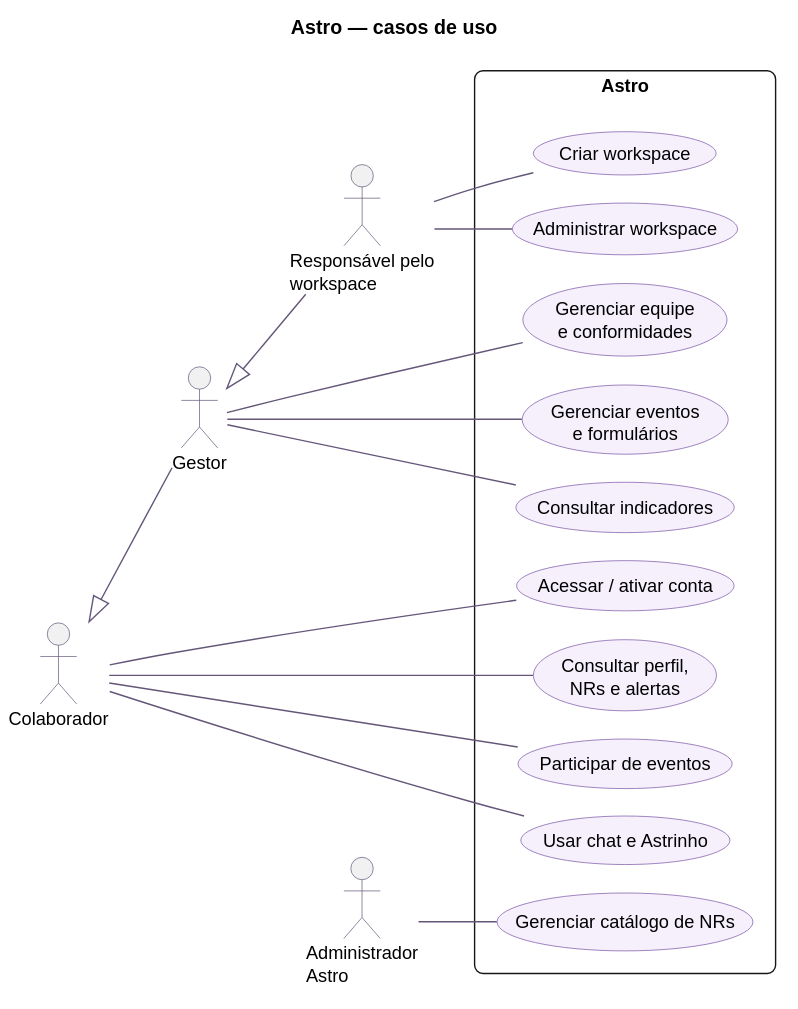
Astro-Inter/astro-eqs-diagrams keeps this PlantUML diagram as diagrams/rendered/casos_de_uso.svg. Above is the earlier version.
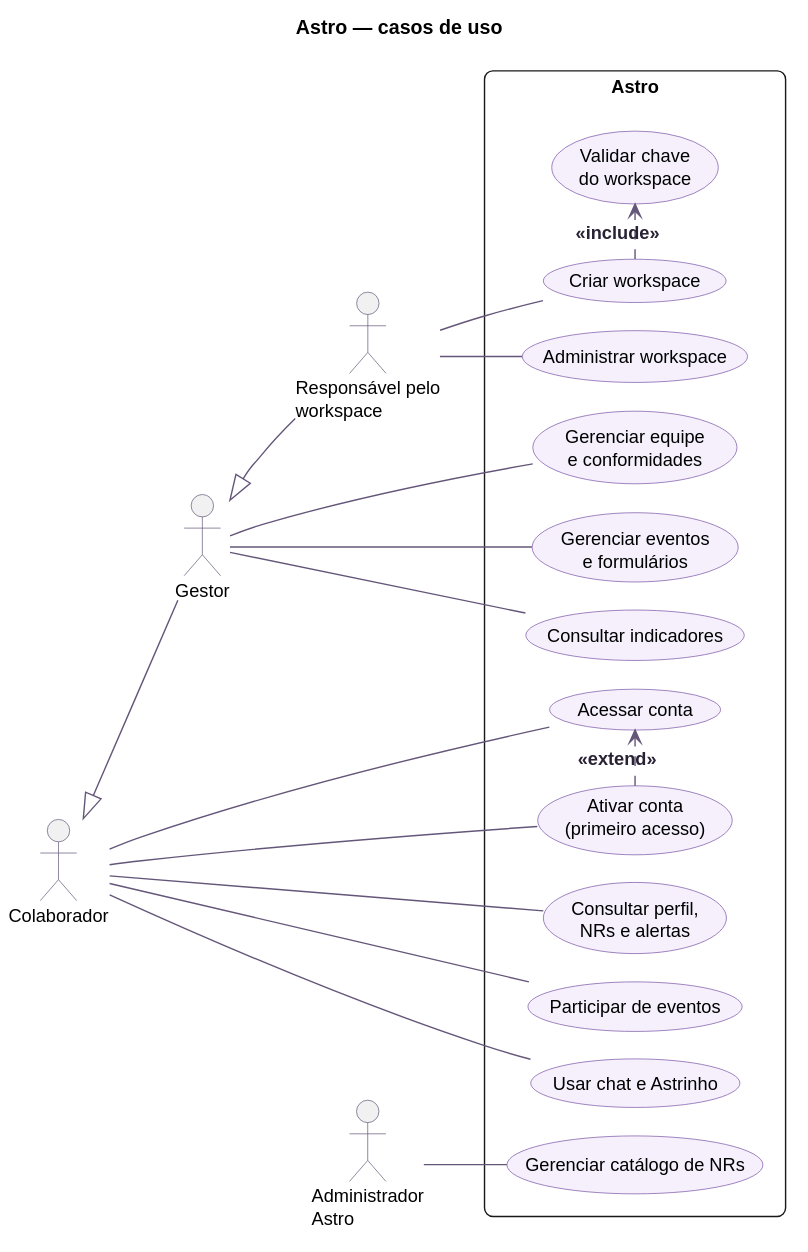
After the commit.

Commit message:
docs(SCRUM-558): adicionar include e extend aos casos de uso

The edit, as a diff of the source:
```diff
@@ -18,7 +18,9 @@
 
 rectangle "Astro" {
   usecase "Criar workspace" as criar
-  usecase "Acessar / ativar conta" as acesso
+  usecase "Validar chave\ndo workspace" as validar_chave
+  usecase "Acessar conta" as acesso
+  usecase "Ativar conta\n(primeiro acesso)" as ativar
   usecase "Consultar perfil,\nNRs e alertas" as perfil
   usecase "Participar de eventos" as participar
   usecase "Usar chat e Astrinho" as conversar
@@ -30,6 +32,7 @@
 }
 responsavel -- criar
 colaborador -- acesso
+colaborador -- ativar
 colaborador -- perfil
 colaborador -- participar
 colaborador -- conversar
@@ -38,4 +41,7 @@
 gestor -- indicadores
 responsavel -- workspace
 admin -- catalogo
+
+criar .> validar_chave : <<include>>
+ativar .> acesso : <<extend>>
 @enduml
```
